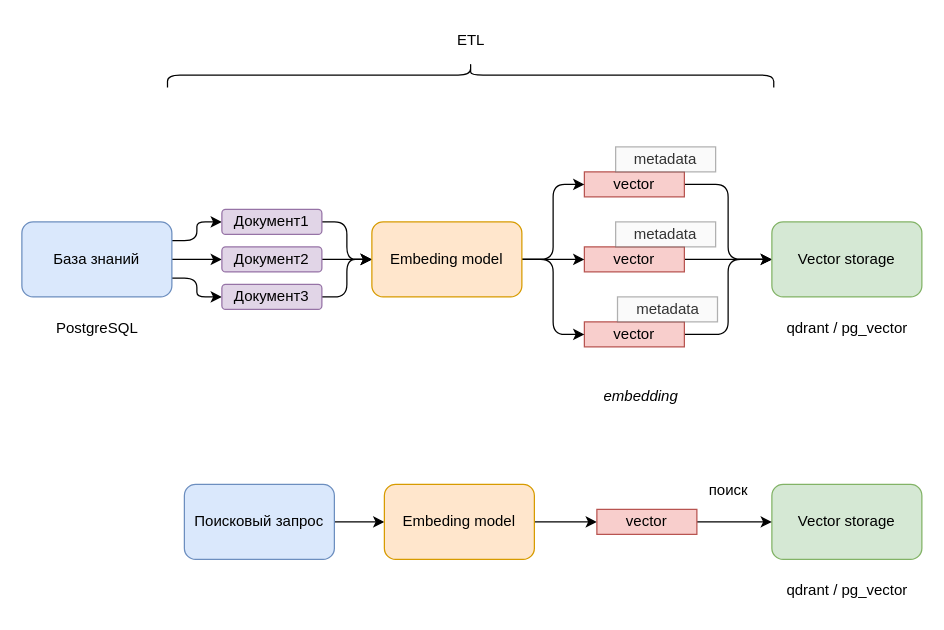
north-leshiy/rag-techlead keeps this draw.io diagram as page "vector-search" (2 of 8) of main.drawio. Above is the earlier version. Source tidied: cells renumbered, new cells numbered last; positions are measured from the earlier drawing's top-left corner, leaving out a move shared by most shapes. Both pictures are drawn from the tidied source at 125%, with x=0, y=0 at pixel (21, -229).
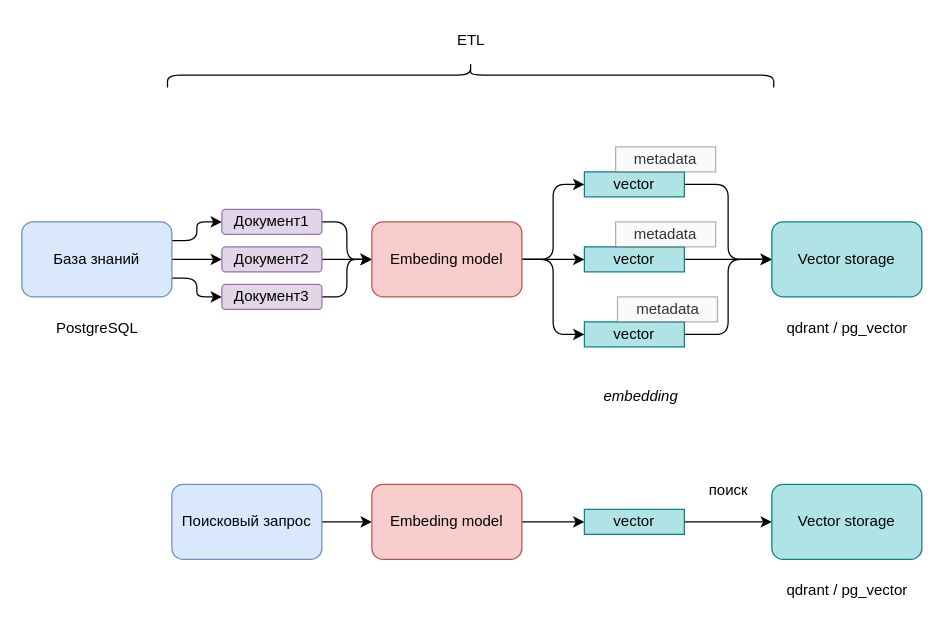
The same page after the edit.

Change to the diagram source:
```diff
@@
     <mxCell id="3" value="Поисковый запрос" style="rounded=1;whiteSpace=wrap;html=1;fillColor=#dae8fc;strokeColor=#6c8ebf;" parent="1" vertex="1">
-      <mxGeometry x="130" y="570" width="120" height="60" as="geometry" />
+      <mxGeometry x="120" y="570" width="120" height="60" as="geometry" />
     </mxCell>
-    <mxCell id="4" value="Vector storage" style="rounded=1;whiteSpace=wrap;html=1;shadow=0;fillColor=#d5e8d4;strokeColor=#82b366;" parent="1" vertex="1">
+    <mxCell id="4" value="Vector storage" style="rounded=1;whiteSpace=wrap;html=1;shadow=0;fillColor=#b0e3e6;strokeColor=#0e8088;" parent="1" vertex="1">
       <mxGeometry x="600" y="570" width="120" height="60" as="geometry" />
     </mxCell>
@@
-    <mxCell id="6" value="Embeding model" style="rounded=1;whiteSpace=wrap;html=1;shadow=0;fillColor=#ffe6cc;strokeColor=#d79b00;" parent="1" vertex="1">
-      <mxGeometry x="290" y="570" width="120" height="60" as="geometry" />
+    <mxCell id="6" value="Embeding model" style="rounded=1;whiteSpace=wrap;html=1;shadow=0;fillColor=#f8cecc;strokeColor=#b85450;" parent="1" vertex="1">
+      <mxGeometry x="280" y="570" width="120" height="60" as="geometry" />
     </mxCell>
@@
-    <mxCell id="9" value="vector" style="rounded=0;whiteSpace=wrap;html=1;fillColor=#f8cecc;strokeColor=#b85450;" parent="1" vertex="1">
-      <mxGeometry x="460" y="590" width="80" height="20" as="geometry" />
+    <mxCell id="9" value="vector" style="rounded=0;whiteSpace=wrap;html=1;fillColor=#b0e3e6;strokeColor=#0e8088;" parent="1" vertex="1">
+      <mxGeometry x="450" y="590" width="80" height="20" as="geometry" />
     </mxCell>
@@
-    <mxCell id="22" value="vector" style="rounded=0;whiteSpace=wrap;html=1;fillColor=#f8cecc;strokeColor=#b85450;" parent="1" vertex="1">
+    <mxCell id="22" value="vector" style="rounded=0;whiteSpace=wrap;html=1;fillColor=#b0e3e6;strokeColor=#0e8088;" parent="1" vertex="1">
       <mxGeometry x="450" y="320" width="80" height="20" as="geometry" />
     </mxCell>
@@
-    <mxCell id="24" value="vector" style="rounded=0;whiteSpace=wrap;html=1;fillColor=#f8cecc;strokeColor=#b85450;" parent="1" vertex="1">
+    <mxCell id="24" value="vector" style="rounded=0;whiteSpace=wrap;html=1;fillColor=#b0e3e6;strokeColor=#0e8088;" parent="1" vertex="1">
       <mxGeometry x="450" y="380" width="80" height="20" as="geometry" />
     </mxCell>
@@
-    <mxCell id="26" value="vector" style="rounded=0;whiteSpace=wrap;html=1;fillColor=#f8cecc;strokeColor=#b85450;" parent="1" vertex="1">
+    <mxCell id="26" value="vector" style="rounded=0;whiteSpace=wrap;html=1;fillColor=#b0e3e6;strokeColor=#0e8088;" parent="1" vertex="1">
       <mxGeometry x="450" y="440" width="80" height="20" as="geometry" />
     </mxCell>
-    <mxCell id="27" value="Vector storage" style="rounded=1;whiteSpace=wrap;html=1;shadow=0;fillColor=#d5e8d4;strokeColor=#82b366;" parent="1" vertex="1">
+    <mxCell id="27" value="Vector storage" style="rounded=1;whiteSpace=wrap;html=1;shadow=0;fillColor=#b0e3e6;strokeColor=#0e8088;" parent="1" vertex="1">
       <mxGeometry x="600" y="360" width="120" height="60" as="geometry" />
     </mxCell>
@@
-    <mxCell id="34" value="Embeding model" style="rounded=1;whiteSpace=wrap;html=1;shadow=0;fillColor=#ffe6cc;strokeColor=#d79b00;" parent="1" vertex="1">
+    <mxCell id="34" value="Embeding model" style="rounded=1;whiteSpace=wrap;html=1;shadow=0;fillColor=#f8cecc;strokeColor=#b85450;" parent="1" vertex="1">
       <mxGeometry x="280" y="360" width="120" height="60" as="geometry" />
     </mxCell>
```
